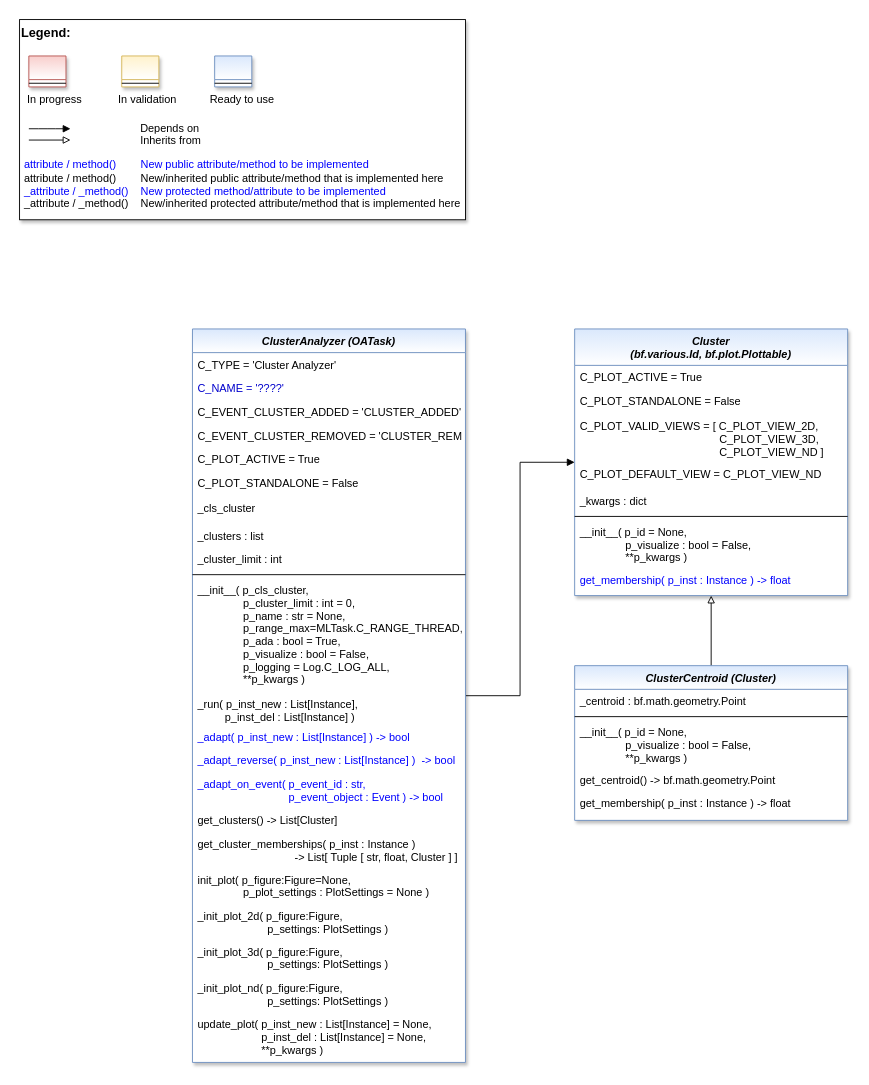
fhswf/MLPro keeps this draw.io diagram as doc/rtd/content/04_appendices/appendix2/sub/core/mlpro_oa/streams/tasks/images/MLPro-OA-Cluster_Analyzers_class_diagram.drawio. Above is the earlier version. Source tidied: cells renumbered, new cells numbered last; positions are measured from the earlier drawing's top-left corner, leaving out a move shared by most shapes. Both pictures are drawn from the tidied source at 91%, with x=0, y=0 at pixel (19, 19).
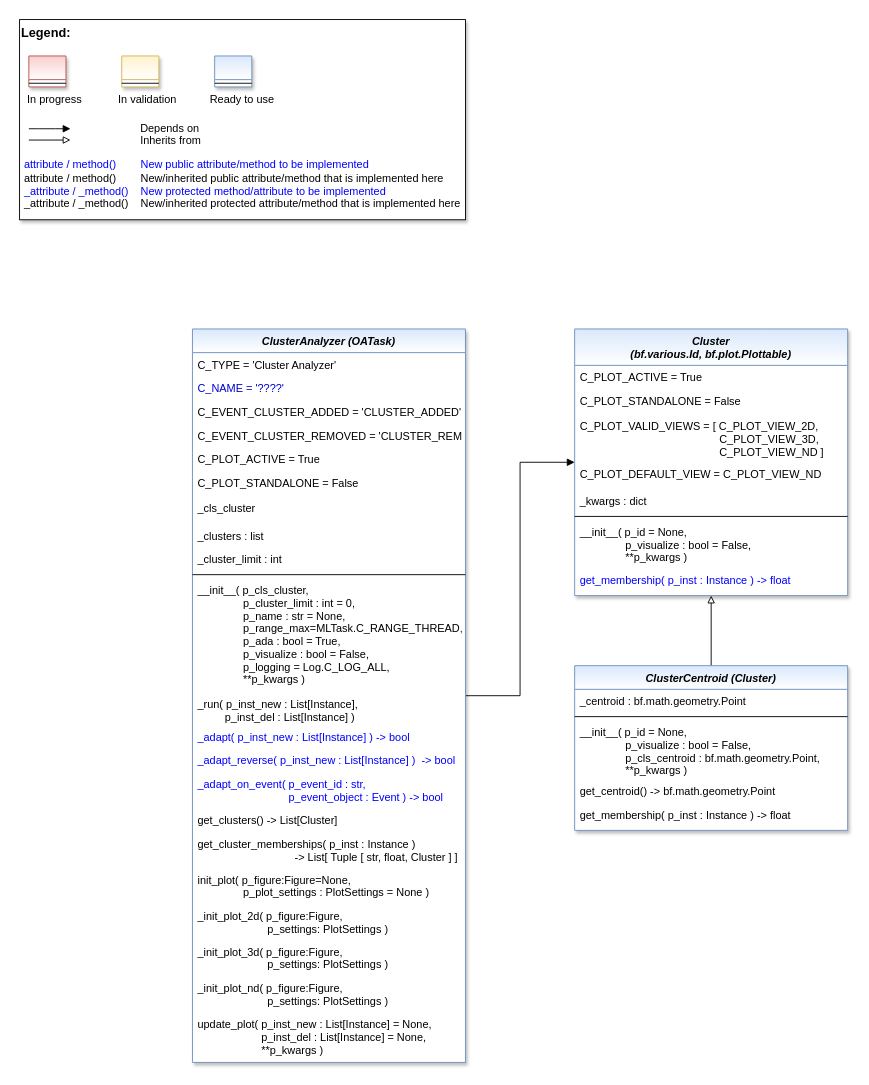
The same diagram, later.

Commit message (it also covers changes not shown here):
OA-Task: Templates for Cluster Analyzers #589

The edit, as a diff of the source:
```diff
@@
     <mxCell id="46" value="ClusterCentroid (Cluster)" style="swimlane;fontStyle=3;align=center;verticalAlign=top;horizontal=1;startSize=26;rounded=0;shadow=1;strokeWidth=1;fillColor=#dae8fc;strokeColor=#6c8ebf;swimlaneFillColor=#ffffff;gradientColor=#FFFFFF;" parent="1" vertex="1">
-      <mxGeometry x="610" y="710" width="300" height="170" as="geometry" />
+      <mxGeometry x="610" y="710" width="300" height="181" as="geometry" />
     </mxCell>
@@
-    <mxCell id="49" value="__init__( p_id = None, &#10;               p_visualize : bool = False,&#10;               **p_kwargs )" style="text;align=left;verticalAlign=top;spacingLeft=4;spacingRight=4;overflow=hidden;fontColor=default;" parent="46" vertex="1">
-      <mxGeometry y="60" width="300" height="52" as="geometry" />
+    <mxCell id="49" value="__init__( p_id = None, &#10;               p_visualize : bool = False,&#10;               p_cls_centroid : bf.math.geometry.Point,&#10;               **p_kwargs )" style="text;align=left;verticalAlign=top;spacingLeft=4;spacingRight=4;overflow=hidden;fontColor=default;" parent="46" vertex="1">
+      <mxGeometry y="60" width="300" height="65" as="geometry" />
     </mxCell>
     <mxCell id="50" value="get_centroid() -&gt; bf.math.geometry.Point" style="text;align=left;verticalAlign=top;spacingLeft=4;spacingRight=4;overflow=hidden;" parent="46" vertex="1">
-      <mxGeometry y="112" width="300" height="26" as="geometry" />
+      <mxGeometry y="125" width="300" height="26" as="geometry" />
     </mxCell>
     <mxCell id="51" value="get_membership( p_inst : Instance ) -&gt; float" style="text;align=left;verticalAlign=top;spacingLeft=4;spacingRight=4;overflow=hidden;fontColor=default;" parent="46" vertex="1">
-      <mxGeometry y="138" width="300" height="30" as="geometry" />
+      <mxGeometry y="151" width="300" height="30" as="geometry" />
     </mxCell>
```
